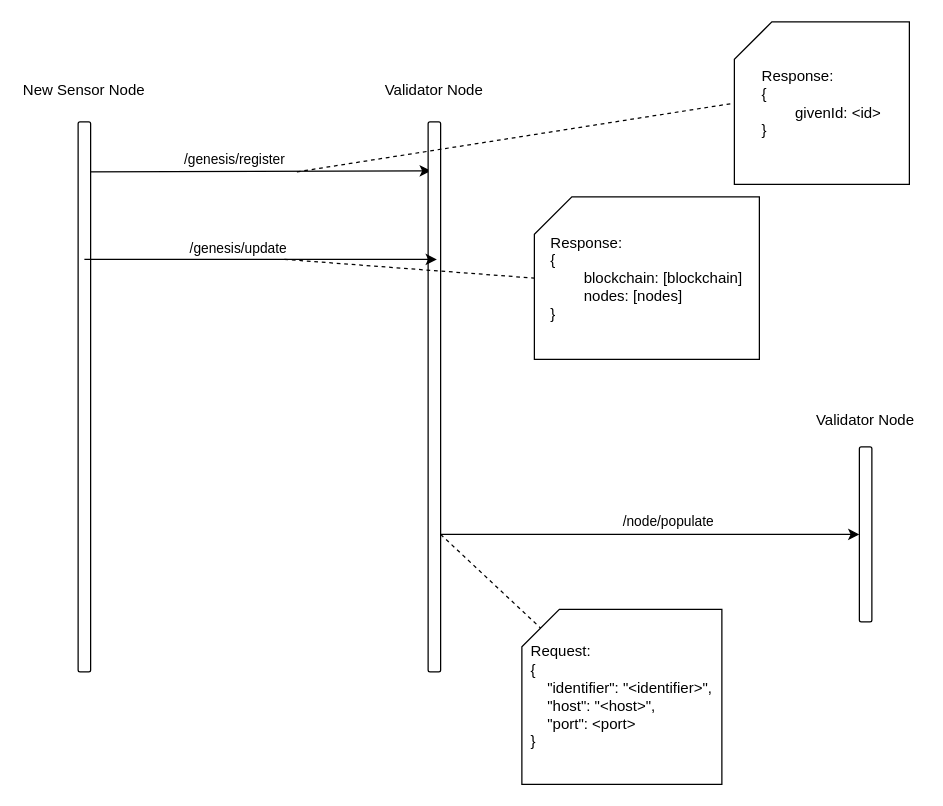
The draw.io diagram page "RegistrationProcess" (4 of 6) of schematy.drawio in pjpawel/pos-iot, before the edit. Source tidied: cells renumbered, new cells numbered last; positions are measured from the earlier drawing's top-left corner, leaving out a move shared by most shapes. Both pictures are drawn from the tidied source at 125%, with x=0, y=0 at pixel (21, 21).
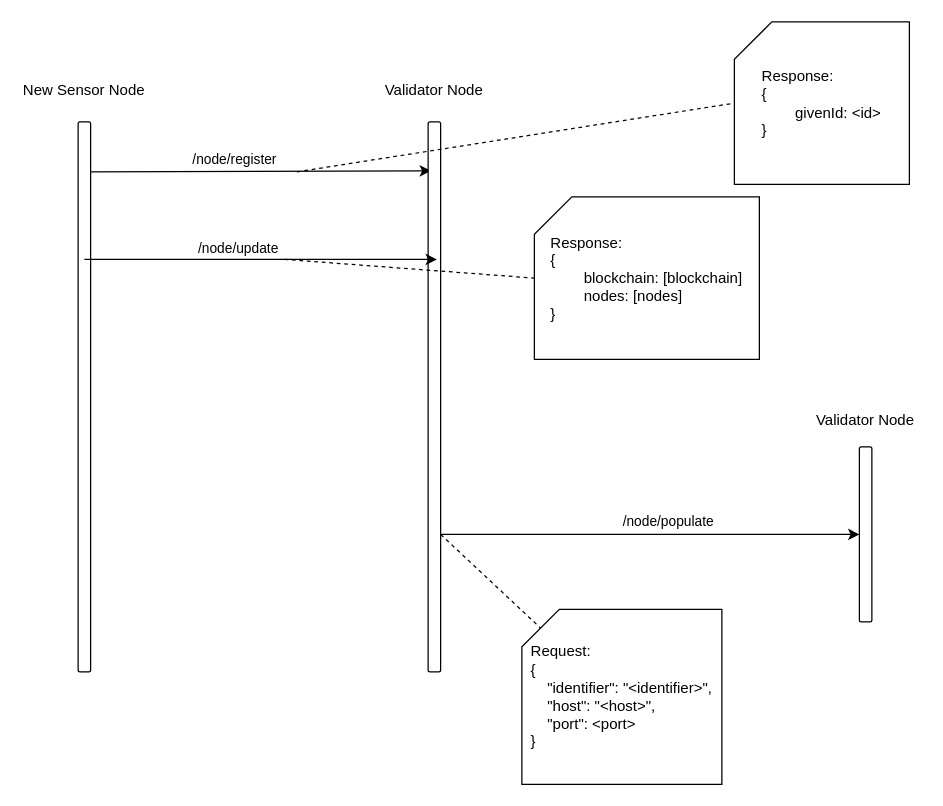
After the change.

Commit message (it also covers changes not shown here):
Move all to PoS class na rename genesis to node

Unchanged cells that the change refers to:
```xml
<mxCell id="4" style="endArrow=classic;html=1;rounded=0;exitX=0.5;exitY=0.091;exitDx=0;exitDy=0;exitPerimeter=0;entryX=0.22;entryY=0.089;entryDx=0;entryDy=0;entryPerimeter=0;" parent="1" edge="1" source="6" target="9">
  <mxGeometry relative="1" as="geometry" />
</mxCell>
<mxCell id="12" style="endArrow=classic;html=1;rounded=0;entryX=0.22;entryY=0.089;entryDx=0;entryDy=0;entryPerimeter=0;" parent="1" edge="1">
  <mxGeometry relative="1" as="geometry">
    <mxPoint x="50" y="190" as="sourcePoint" />
    <mxPoint x="332" y="190" as="targetPoint" />
  </mxGeometry>
</mxCell>
```

Change to the diagram source:
```diff
@@
-    <mxCell id="5" value="/genesis/register" style="edgeLabel;html=1;align=center;verticalAlign=middle;" parent="4" vertex="1">
+    <mxCell id="5" value="/node/register" style="edgeLabel;html=1;align=center;verticalAlign=middle;" parent="4" vertex="1">
       <mxGeometry x="-0.17" y="1" relative="1" as="geometry">
         <mxPoint x="5" y="-9" as="offset" />
       </mxGeometry>
     </mxCell>
@@
-    <mxCell id="13" value="/genesis/update" style="edgeLabel;html=1;align=center;verticalAlign=middle;" parent="12" vertex="1">
+    <mxCell id="13" value="/node/update" style="edgeLabel;html=1;align=center;verticalAlign=middle;" parent="12" vertex="1">
       <mxGeometry x="-0.17" y="1" relative="1" as="geometry">
         <mxPoint x="5" y="-9" as="offset" />
       </mxGeometry>
     </mxCell>
```
